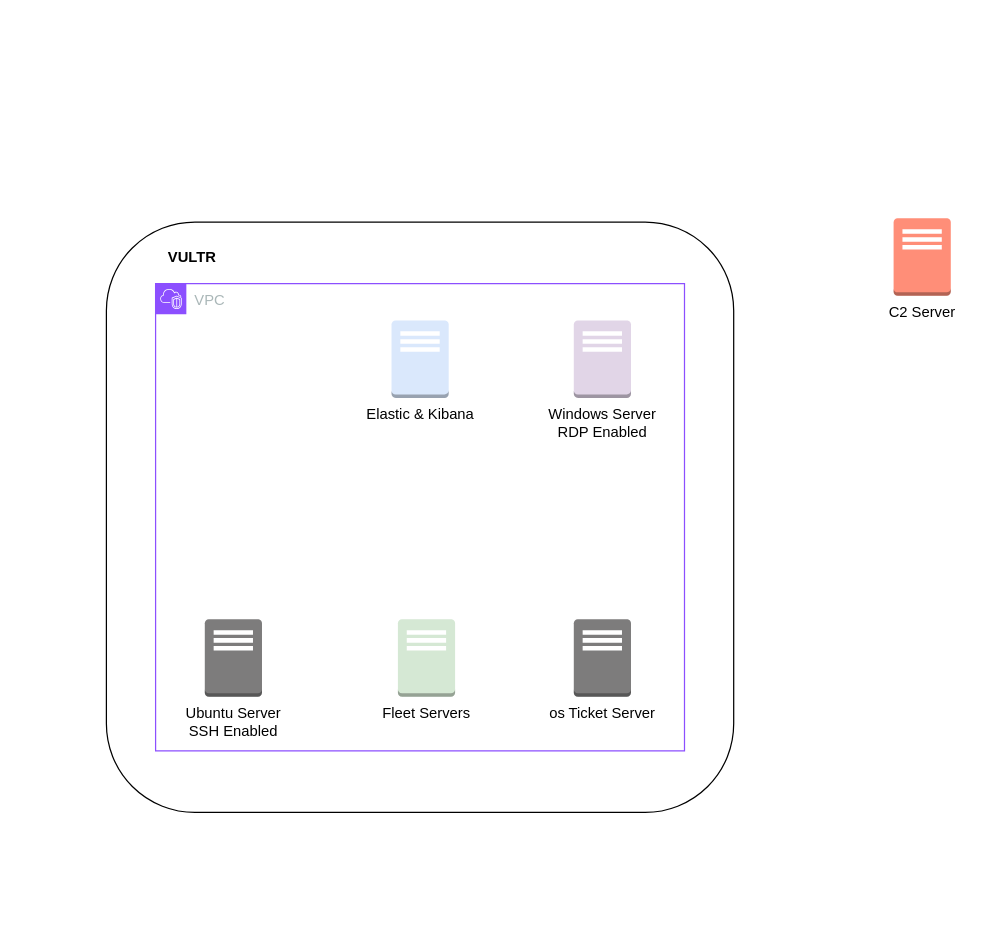
Before: 30Day-MyDFIR-Diagram.drawio in GusGomez767/Draw.IOs, a draw.io diagram. Source tidied: cells renumbered, new cells numbered last; positions are measured from the earlier drawing's top-left corner, leaving out a move shared by most shapes. Both pictures are drawn from the tidied source at 123%, with x=0, y=0 at pixel (106, 218).
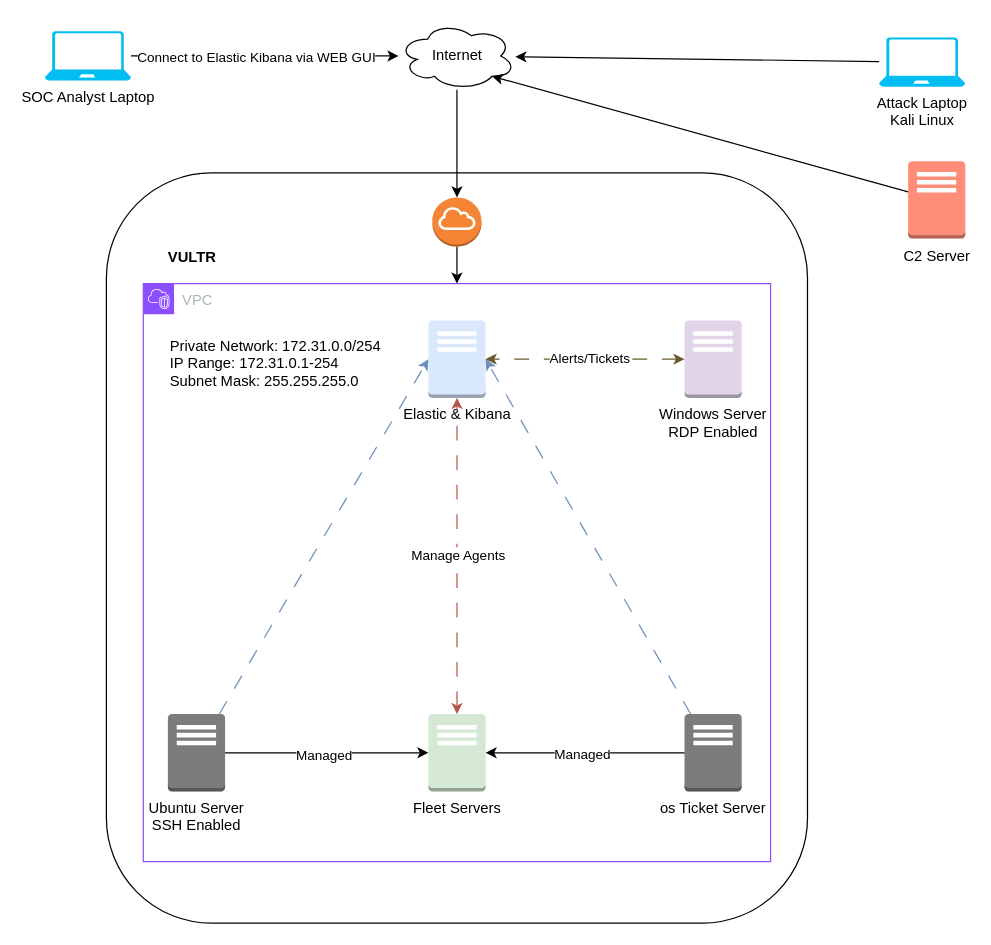
After the change.

Diff of the diagram source:
```diff
@@
     <mxCell id="2" style="rounded=1;whiteSpace=wrap;html=1;" parent="1" vertex="1">
-      <mxGeometry y="3" width="510" height="480" as="geometry" />
+      <mxGeometry y="-37" width="570" height="610" as="geometry" />
     </mxCell>
-    <mxCell id="3" value="Fleet Servers" style="outlineConnect=0;dashed=0;verticalLabelPosition=bottom;verticalAlign=top;align=center;html=1;shape=mxgraph.aws3.traditional_server;fillColor=#d5e8d4;strokeColor=#304226;" parent="1" vertex="1">
-      <mxGeometry x="237" y="326" width="46.5" height="63" as="geometry" />
-    </mxCell>
     <mxCell id="4" value="Windows Server&lt;div&gt;&lt;span style=&quot;background-color: initial;&quot;&gt;RDP Enabled&lt;/span&gt;&lt;/div&gt;" style="outlineConnect=0;dashed=0;verticalLabelPosition=bottom;verticalAlign=top;align=center;html=1;shape=mxgraph.aws3.traditional_server;fillColor=#e1d5e7;strokeColor=#9673a6;" parent="1" vertex="1">
-      <mxGeometry x="380" y="83" width="46.5" height="63" as="geometry" />
+      <mxGeometry x="470" y="83" width="46.5" height="63" as="geometry" />
     </mxCell>
     <mxCell id="5" value="C2 Server" style="outlineConnect=0;dashed=0;verticalLabelPosition=bottom;verticalAlign=top;align=center;html=1;shape=mxgraph.aws3.traditional_server;fillColor=#FF8E78;strokeColor=#d79b00;" parent="1" vertex="1">
-      <mxGeometry x="640" width="46.5" height="63" as="geometry" />
+      <mxGeometry x="651.8" y="-46.5" width="46.5" height="63" as="geometry" />
     </mxCell>
@@
     <mxCell id="7" value="VPC" style="points=[[0,0],[0.25,0],[0.5,0],[0.75,0],[1,0],[1,0.25],[1,0.5],[1,0.75],[1,1],[0.75,1],[0.5,1],[0.25,1],[0,1],[0,0.75],[0,0.5],[0,0.25]];outlineConnect=0;gradientColor=none;html=1;whiteSpace=wrap;fontSize=12;fontStyle=0;shape=mxgraph.aws4.group;grIcon=mxgraph.aws4.group_vpc2;strokeColor=#8C4FFF;fillColor=none;verticalAlign=top;align=left;spacingLeft=30;fontColor=#AAB7B8;dashed=0;" parent="1" vertex="1">
-      <mxGeometry x="40" y="53" width="430" height="380" as="geometry" />
+      <mxGeometry x="30" y="53" width="510" height="470" as="geometry" />
     </mxCell>
     <mxCell id="8" value="Elastic &amp;amp; Kibana" style="outlineConnect=0;dashed=0;verticalLabelPosition=bottom;verticalAlign=top;align=center;html=1;shape=mxgraph.aws3.traditional_server;fillColor=#dae8fc;strokeColor=#415573;" parent="7" vertex="1">
-      <mxGeometry x="191.8" y="30" width="46.5" height="63" as="geometry" />
+      <mxGeometry x="231.8" y="30" width="46.5" height="63" as="geometry" />
     </mxCell>
     <mxCell id="9" value="os Ticket Server" style="outlineConnect=0;dashed=0;verticalLabelPosition=bottom;verticalAlign=top;align=center;html=1;shape=mxgraph.aws3.traditional_server;fillColor=#7D7C7C;gradientColor=none;" parent="7" vertex="1">
-      <mxGeometry x="340" y="273" width="46.5" height="63" as="geometry" />
+      <mxGeometry x="440" y="350" width="46.5" height="63" as="geometry" />
     </mxCell>
     <mxCell id="10" value="Ubuntu Server&lt;div&gt;SSH Enabled&lt;/div&gt;" style="outlineConnect=0;dashed=0;verticalLabelPosition=bottom;verticalAlign=top;align=center;html=1;shape=mxgraph.aws3.traditional_server;fillColor=#7D7C7C;gradientColor=none;" parent="7" vertex="1">
-      <mxGeometry x="40" y="273" width="46.5" height="63" as="geometry" />
+      <mxGeometry x="20" y="350" width="46.5" height="63" as="geometry" />
     </mxCell>
+    <mxCell id="3" value="Fleet Servers" style="outlineConnect=0;dashed=0;verticalLabelPosition=bottom;verticalAlign=top;align=center;html=1;shape=mxgraph.aws3.traditional_server;fillColor=#d5e8d4;strokeColor=#304226;" parent="7" vertex="1">
+      <mxGeometry x="231.8" y="350" width="46.5" height="63" as="geometry" />
+    </mxCell>
+    <mxCell id="11" style="edgeStyle=orthogonalEdgeStyle;rounded=0;jettySize=auto;html=1;" parent="7" edge="1" source="10" target="3">
+      <mxGeometry relative="1" as="geometry" />
+    </mxCell>
+    <mxCell id="12" value="Managed" style="edgeLabel;html=1;align=center;verticalAlign=middle;" parent="11" vertex="1">
+      <mxGeometry x="-0.04" y="-1" relative="1" as="geometry">
+        <mxPoint x="1" y="1" as="offset" />
+      </mxGeometry>
+    </mxCell>
+    <mxCell id="13" style="edgeStyle=orthogonalEdgeStyle;rounded=0;jettySize=auto;html=1;entryX=1;entryY=0.5;entryDx=0;entryDy=0;entryPerimeter=0;" parent="7" edge="1" source="9" target="3">
+      <mxGeometry relative="1" as="geometry" />
+    </mxCell>
+    <mxCell id="14" value="Managed" style="edgeLabel;html=1;align=center;verticalAlign=middle;" parent="13" vertex="1">
+      <mxGeometry x="0.04" y="1" relative="1" as="geometry" />
+    </mxCell>
+    <mxCell id="15" style="edgeStyle=orthogonalEdgeStyle;rounded=0;jettySize=auto;html=1;startArrow=classic;startFill=1;fillColor=#f8cecc;strokeColor=#b85450;dashed=1;dashPattern=12 12;" parent="7" edge="1" source="3" target="8">
+      <mxGeometry relative="1" as="geometry" />
+    </mxCell>
+    <mxCell id="16" value="Manage Agents" style="edgeLabel;html=1;align=center;verticalAlign=middle;" parent="15" vertex="1">
+      <mxGeometry x="0.01" relative="1" as="geometry" />
+    </mxCell>
+    <mxCell id="17" style="rounded=0;jettySize=auto;html=1;entryX=0;entryY=0.5;entryDx=0;entryDy=0;entryPerimeter=0;fillColor=#dae8fc;strokeColor=#6c8ebf;dashed=1;dashPattern=12 12;" parent="7" edge="1" source="10" target="8">
+      <mxGeometry relative="1" as="geometry" />
+    </mxCell>
+    <mxCell id="18" style="rounded=0;jettySize=auto;html=1;entryX=1;entryY=0.5;entryDx=0;entryDy=0;entryPerimeter=0;fillColor=#dae8fc;strokeColor=#6c8ebf;dashed=1;dashPattern=12 12;" parent="7" edge="1" source="9" target="8">
+      <mxGeometry relative="1" as="geometry" />
+    </mxCell>
+    <mxCell id="19" value="Private Network: 172.31.0.0/254&lt;div&gt;IP Range: 172.31.0.1-254&lt;/div&gt;&lt;div&gt;Subnet Mask: 255.255.255.0&lt;/div&gt;" style="text;html=1;align=left;verticalAlign=middle;whiteSpace=wrap;rounded=0;" parent="7" vertex="1">
+      <mxGeometry x="20" y="30" width="180" height="70" as="geometry" />
+    </mxCell>
+    <mxCell id="20" style="edgeStyle=orthogonalEdgeStyle;rounded=0;jettySize=auto;html=1;entryX=1;entryY=0.5;entryDx=0;entryDy=0;entryPerimeter=0;startArrow=classic;startFill=1;fillColor=#fff2cc;strokeColor=#695A2B;dashed=1;dashPattern=12 12;" parent="1" edge="1" source="4" target="8">
+      <mxGeometry relative="1" as="geometry" />
+    </mxCell>
+    <mxCell id="21" value="Alerts/Tickets" style="edgeLabel;html=1;align=center;verticalAlign=middle;" parent="20" vertex="1">
+      <mxGeometry x="-0.04" y="-1" relative="1" as="geometry" />
+    </mxCell>
+    <mxCell id="22" style="edgeStyle=orthogonalEdgeStyle;rounded=0;jettySize=auto;html=1;entryX=0.5;entryY=0;entryDx=0;entryDy=0;" parent="1" edge="1" source="23" target="7">
+      <mxGeometry relative="1" as="geometry" />
+    </mxCell>
+    <mxCell id="23" style="outlineConnect=0;dashed=0;verticalLabelPosition=bottom;verticalAlign=top;align=center;html=1;shape=mxgraph.aws3.internet_gateway;fillColor=#F58534;gradientColor=none;" parent="1" vertex="1">
+      <mxGeometry x="265" y="-17" width="40" height="40" as="geometry" />
+    </mxCell>
+    <mxCell id="24" style="edgeStyle=orthogonalEdgeStyle;rounded=0;jettySize=auto;html=1;" parent="1" edge="1" source="26" target="27">
+      <mxGeometry relative="1" as="geometry" />
+    </mxCell>
+    <mxCell id="25" value="Connect to Elastic Kibana via WEB GUI" style="edgeLabel;html=1;align=center;verticalAlign=middle;" parent="24" vertex="1">
+      <mxGeometry x="-0.27" y="-1" relative="1" as="geometry">
+        <mxPoint x="22" y="-1" as="offset" />
+      </mxGeometry>
+    </mxCell>
+    <mxCell id="26" value="SOC Analyst Laptop" style="verticalLabelPosition=bottom;html=1;verticalAlign=top;align=center;strokeColor=none;fillColor=#00BEF2;shape=mxgraph.azure.laptop;" parent="1" vertex="1">
+      <mxGeometry x="-50" y="-152" width="70" height="40" as="geometry" />
+    </mxCell>
+    <mxCell id="27" value="Internet" style="ellipse;shape=cloud;whiteSpace=wrap;html=1;" parent="1" vertex="1">
+      <mxGeometry x="237.5" y="-159.5" width="95" height="55" as="geometry" />
+    </mxCell>
+    <mxCell id="28" style="edgeStyle=orthogonalEdgeStyle;rounded=0;jettySize=auto;html=1;entryX=0.5;entryY=0;entryDx=0;entryDy=0;entryPerimeter=0;" parent="1" edge="1" source="27" target="23">
+      <mxGeometry relative="1" as="geometry" />
+    </mxCell>
+    <mxCell id="29" value="Attack Laptop&lt;div&gt;Kali Linux&lt;/div&gt;" style="verticalLabelPosition=bottom;html=1;verticalAlign=top;align=center;strokeColor=none;fillColor=#00BEF2;shape=mxgraph.azure.laptop;" parent="1" vertex="1">
+      <mxGeometry x="628.2" y="-147" width="70" height="40" as="geometry" />
+    </mxCell>
+    <mxCell id="30" style="rounded=0;jettySize=auto;html=1;" parent="1" edge="1" source="29" target="27">
+      <mxGeometry relative="1" as="geometry" />
+    </mxCell>
+    <mxCell id="31" style="rounded=0;jettySize=auto;html=1;entryX=0.8;entryY=0.8;entryDx=0;entryDy=0;entryPerimeter=0;" parent="1" edge="1" source="5" target="27">
+      <mxGeometry relative="1" as="geometry" />
+    </mxCell>
```
